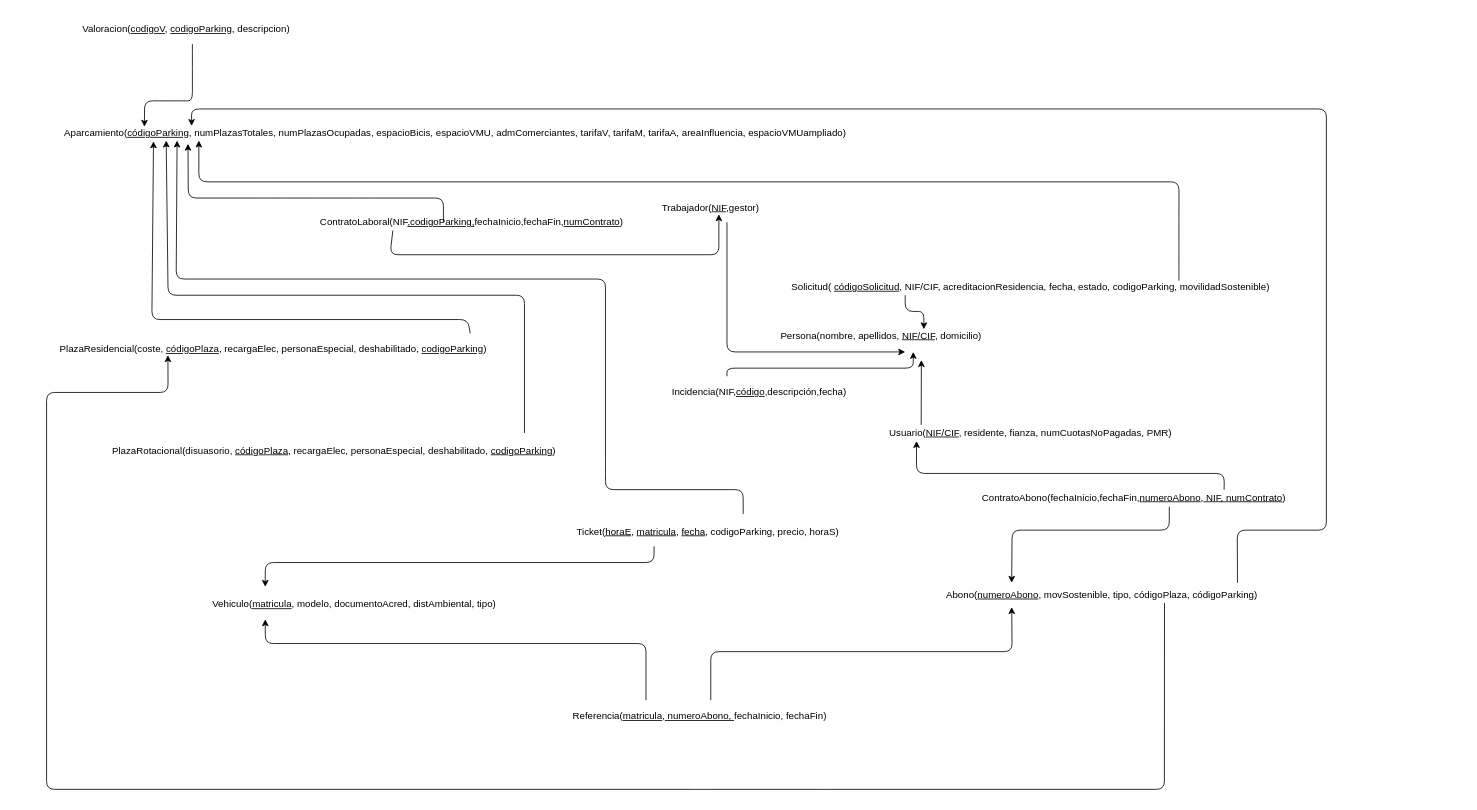
Before: diagrama_relacional.drawio in HylianPablo/ADBD, a draw.io diagram. Source tidied: cells renumbered, new cells numbered last; positions are measured from the earlier drawing's top-left corner, leaving out a move shared by most shapes. Both pictures are drawn from the tidied source at 81%, with x=0, y=0 at pixel (22, 19).
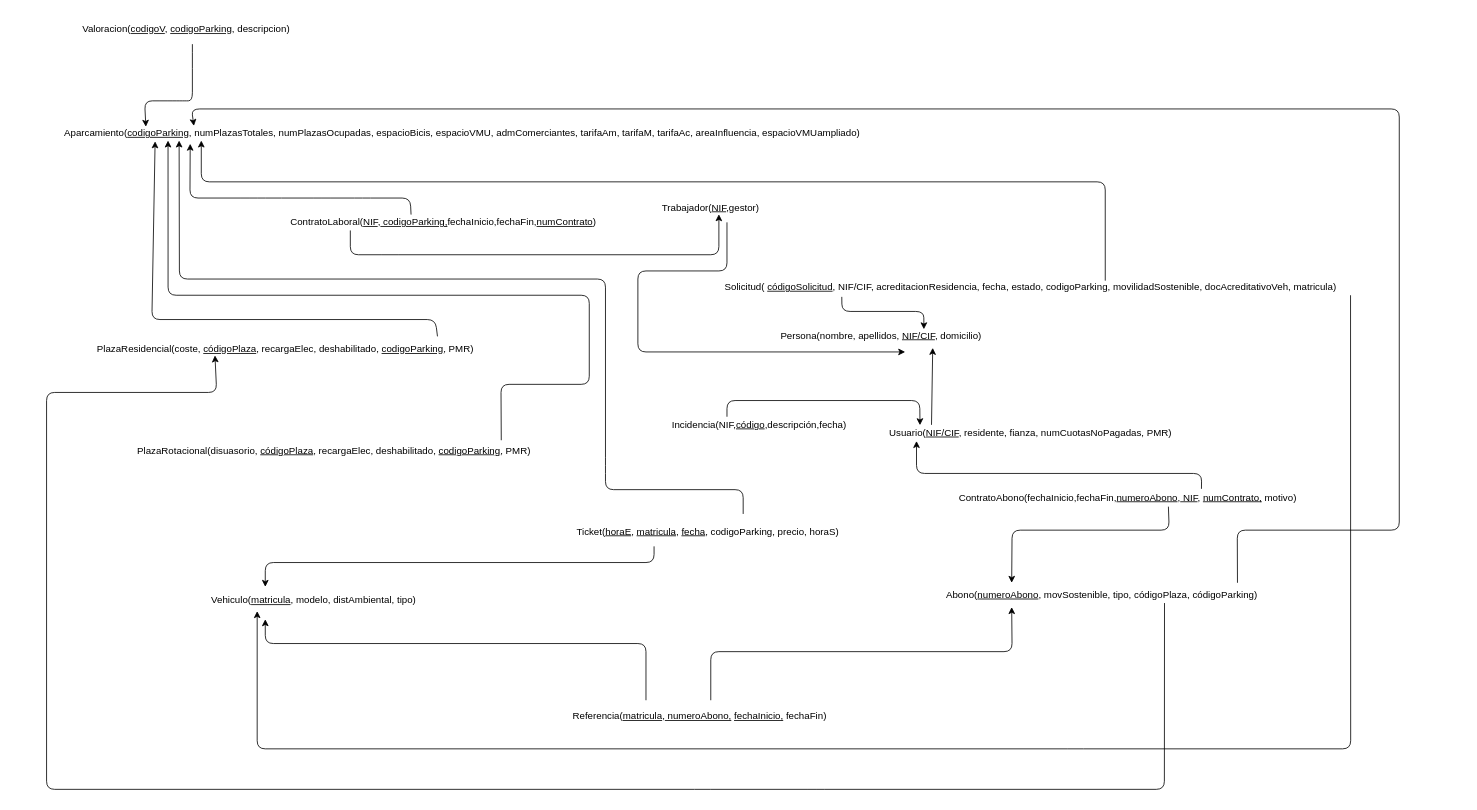
The same diagram, later.

Unchanged cells that the change refers to:
```xml
<mxCell id="4" value="&lt;div align=&quot;left&quot;&gt;&lt;span style=&quot;text-decoration: none&quot;&gt;Abono(&lt;/span&gt;&lt;u&gt;numeroAbono&lt;/u&gt;&lt;span style=&quot;text-decoration: none&quot;&gt;, movSostenible, tipo, códigoPlaza, códigoParking)&lt;/span&gt;&lt;/div&gt;" style="text;html=1;strokeColor=none;fillColor=none;align=center;verticalAlign=middle;whiteSpace=wrap;rounded=0;" parent="1" vertex="1">
  <mxGeometry x="1110" y="695" width="446" height="30" as="geometry" />
</mxCell>
<mxCell id="8" value="&lt;span style=&quot;text-decoration: none&quot;&gt;Usuario(&lt;/span&gt;&lt;span style=&quot;text-decoration: none&quot;&gt;&lt;u&gt;NIF/CIF&lt;/u&gt;, residente, fianza, numCuotasNoPagadas, PMR)&lt;/span&gt;" style="text;html=1;strokeColor=none;fillColor=none;align=center;verticalAlign=middle;whiteSpace=wrap;rounded=0;" parent="1" vertex="1">
  <mxGeometry x="1000" y="500" width="490" height="20" as="geometry" />
</mxCell>
<mxCell id="32" value="Persona(nombre, apellidos, &lt;u&gt;NIF/CIF&lt;/u&gt;, domicilio)" style="text;html=1;align=center;verticalAlign=middle;points=[];" parent="1" vertex="1">
  <mxGeometry x="910" y="380" width="300" height="20" as="geometry" />
</mxCell>
```

What changed in the source:
```diff
@@
-    <mxCell id="2" value="&lt;div&gt;Solicitud( &lt;u&gt;códigoSolicitud&lt;/u&gt;&lt;span style=&quot;text-decoration: none&quot;&gt;, NIF/CIF, acreditacionResidencia, fecha, estado, codigoParking, movilidadSostenible)&lt;/span&gt;&lt;/div&gt;" style="text;html=1;strokeColor=none;fillColor=none;align=center;verticalAlign=middle;whiteSpace=wrap;rounded=0;" parent="1" vertex="1">
+    <mxCell id="2" value="&lt;div&gt;Solicitud( &lt;u&gt;códigoSolicitud&lt;/u&gt;&lt;span style=&quot;text-decoration: none&quot;&gt;, NIF/CIF, acreditacionResidencia, fecha, estado, codigoParking, movilidadSostenible, docAcreditativoVeh, matricula)&lt;/span&gt;&lt;/div&gt;" style="text;html=1;strokeColor=none;fillColor=none;align=center;verticalAlign=middle;whiteSpace=wrap;rounded=0;" parent="1" vertex="1">
       <mxGeometry x="710" y="320" width="1070" height="20" as="geometry" />
     </mxCell>
-    <mxCell id="3" value="&lt;div align=&quot;left&quot;&gt;&lt;span style=&quot;text-decoration: none&quot;&gt;Aparcamiento(&lt;/span&gt;&lt;u&gt;códigoParking&lt;/u&gt;&lt;span style=&quot;text-decoration: none&quot;&gt;,&lt;/span&gt;&lt;span style=&quot;text-decoration: none&quot;&gt; numPlazasTotales, numPlazasOcupadas,&lt;/span&gt;&lt;span style=&quot;text-decoration: none&quot;&gt;&amp;nbsp;espacioBicis, espacioVMU, admComerciantes, tarifaV, tarifaM, tarifaA&lt;/span&gt;&lt;span style=&quot;text-decoration: none&quot;&gt;, areaInfluencia, espacioVMUampliado)&lt;/span&gt;&lt;/div&gt;" style="text;html=1;points=[];align=left;verticalAlign=top;spacingTop=-4;" parent="1" vertex="1">
-      <mxGeometry x="50" y="130" width="1120" height="20" as="geometry" />
+    <mxCell id="3" value="&lt;div align=&quot;left&quot;&gt;&lt;span style=&quot;text-decoration: none&quot;&gt;Aparcamiento(&lt;/span&gt;&lt;u&gt;codigoParking&lt;/u&gt;&lt;span style=&quot;text-decoration: none&quot;&gt;,&lt;/span&gt;&lt;span style=&quot;text-decoration: none&quot;&gt; numPlazasTotales, numPlazasOcupadas,&lt;/span&gt;&lt;span style=&quot;text-decoration: none&quot;&gt;&amp;nbsp;espacioBicis, espacioVMU, admComerciantes, tarifaAm, tarifaM, tarifaAc&lt;/span&gt;&lt;span style=&quot;text-decoration: none&quot;&gt;, areaInfluencia, espacioVMUampliado)&lt;/span&gt;&lt;/div&gt;" style="text;html=1;points=[];align=left;verticalAlign=top;spacingTop=-4;" parent="1" vertex="1">
+      <mxGeometry x="50" y="130" width="1140" height="20" as="geometry" />
     </mxCell>
@@
-    <mxCell id="5" value="&lt;span style=&quot;text-decoration: none&quot;&gt;ContratoAbono(fechaInicio,fechaFin,&lt;/span&gt;&lt;u&gt;numeroAbono&lt;/u&gt;&lt;span style=&quot;text-decoration: none&quot;&gt;,&lt;/span&gt;&lt;u&gt;&amp;nbsp;NIF, numContrato&lt;/u&gt;&lt;span style=&quot;text-decoration: none&quot;&gt;)&lt;/span&gt;" style="text;html=1;strokeColor=none;fillColor=none;align=center;verticalAlign=middle;whiteSpace=wrap;rounded=0;" parent="1" vertex="1">
-      <mxGeometry x="1150" y="580" width="445" height="20" as="geometry" />
+    <mxCell id="5" value="&lt;span style=&quot;text-decoration: none&quot;&gt;ContratoAbono(fechaInicio,fechaFin,&lt;/span&gt;&lt;u&gt;numeroAbono&lt;/u&gt;&lt;span style=&quot;text-decoration: none&quot;&gt;,&lt;/span&gt;&lt;u&gt;&amp;nbsp;NIF&lt;/u&gt;, &lt;u&gt;numContrato&lt;/u&gt;&lt;span style=&quot;text-decoration: none&quot;&gt;&lt;u&gt;,&lt;/u&gt; motivo)&lt;/span&gt;" style="text;html=1;strokeColor=none;fillColor=none;align=center;verticalAlign=middle;whiteSpace=wrap;rounded=0;" parent="1" vertex="1">
+      <mxGeometry x="1110" y="580" width="510" height="20" as="geometry" />
     </mxCell>
-    <mxCell id="6" value="&lt;p style=&quot;margin-bottom: 0cm ; line-height: 100%&quot; align=&quot;left&quot;&gt;&lt;span style=&quot;text-decoration: none&quot;&gt;PlazaResidencial(coste, &lt;/span&gt;&lt;u&gt;códigoPlaza&lt;/u&gt;&lt;span style=&quot;text-decoration: none&quot;&gt;, recargaElec, personaEspecial, deshabilitado, &lt;/span&gt;&lt;u&gt;codigoParking&lt;/u&gt;&lt;span style=&quot;text-decoration: none&quot;&gt;)&lt;/span&gt;&lt;/p&gt;" style="text;html=1;strokeColor=none;fillColor=none;align=center;verticalAlign=middle;whiteSpace=wrap;rounded=0;" parent="1" vertex="1">
-      <mxGeometry y="390" width="620" height="20" as="geometry" />
+    <mxCell id="6" value="&lt;p style=&quot;margin-bottom: 0cm ; line-height: 100%&quot; align=&quot;left&quot;&gt;&lt;span style=&quot;text-decoration: none&quot;&gt;PlazaResidencial(coste, &lt;/span&gt;&lt;u&gt;códigoPlaza&lt;/u&gt;&lt;span style=&quot;text-decoration: none&quot;&gt;, recargaElec, deshabilitado, &lt;/span&gt;&lt;u&gt;codigoParking&lt;/u&gt;&lt;span style=&quot;text-decoration: none&quot;&gt;, PMR)&lt;/span&gt;&lt;/p&gt;" style="text;html=1;strokeColor=none;fillColor=none;align=center;verticalAlign=middle;whiteSpace=wrap;rounded=0;" parent="1" vertex="1">
+      <mxGeometry x="-10" y="390" width="670" height="20" as="geometry" />
     </mxCell>
-    <mxCell id="7" value="&lt;p style=&quot;margin-bottom: 0cm ; line-height: 100%&quot;&gt;&lt;span style=&quot;text-decoration: none&quot;&gt;PlazaRotacional(disuasorio, &lt;/span&gt;&lt;u&gt;códigoPlaza&lt;/u&gt;&lt;span style=&quot;text-decoration: none&quot;&gt;, recargaElec, personaEspecial, deshabilitado, &lt;/span&gt;&lt;u&gt;codigoParking&lt;/u&gt;&lt;span style=&quot;text-decoration: none&quot;&gt;)&lt;/span&gt;&lt;/p&gt;" style="text;html=1;strokeColor=none;fillColor=none;align=center;verticalAlign=middle;whiteSpace=wrap;rounded=0;" parent="1" vertex="1">
+    <mxCell id="7" value="&lt;p style=&quot;margin-bottom: 0cm ; line-height: 100%&quot;&gt;&lt;span style=&quot;text-decoration: none&quot;&gt;PlazaRotacional(disuasorio, &lt;/span&gt;&lt;u&gt;códigoPlaza&lt;/u&gt;&lt;span style=&quot;text-decoration: none&quot;&gt;, recargaElec, deshabilitado, &lt;/span&gt;&lt;u&gt;codigoParking&lt;/u&gt;, PMR&lt;span style=&quot;text-decoration: none&quot;&gt;)&lt;/span&gt;&lt;/p&gt;" style="text;html=1;strokeColor=none;fillColor=none;align=center;verticalAlign=middle;whiteSpace=wrap;rounded=0;" parent="1" vertex="1">
       <mxGeometry x="50" y="520" width="670" height="10" as="geometry" />
     </mxCell>
@@
-    <mxCell id="12" value="&lt;p style=&quot;margin-bottom: 0cm ; line-height: 100%&quot;&gt;&lt;span style=&quot;text-decoration: none&quot;&gt;Vehiculo(&lt;/span&gt;&lt;u&gt;matricula&lt;/u&gt;&lt;span style=&quot;text-decoration: none&quot;&gt;, modelo, documentoAcred, distAmbiental, tipo&lt;/span&gt;&lt;span style=&quot;text-decoration: none&quot;&gt;)&lt;/span&gt;&lt;/p&gt;" style="text;html=1;strokeColor=none;fillColor=none;align=center;verticalAlign=middle;whiteSpace=wrap;rounded=0;" parent="1" vertex="1">
-      <mxGeometry x="200" y="710" width="420" height="10" as="geometry" />
+    <mxCell id="12" value="&lt;p style=&quot;margin-bottom: 0cm ; line-height: 100%&quot;&gt;&lt;span style=&quot;text-decoration: none&quot;&gt;Vehiculo(&lt;/span&gt;&lt;u&gt;matricula&lt;/u&gt;&lt;span style=&quot;text-decoration: none&quot;&gt;, modelo, distAmbiental, tipo&lt;/span&gt;&lt;span style=&quot;text-decoration: none&quot;&gt;)&lt;/span&gt;&lt;/p&gt;" style="text;html=1;strokeColor=none;fillColor=none;align=center;verticalAlign=middle;whiteSpace=wrap;rounded=0;" parent="1" vertex="1">
+      <mxGeometry x="150" y="705" width="420" height="10" as="geometry" />
     </mxCell>
-    <mxCell id="13" value="&lt;span style=&quot;text-decoration: none&quot;&gt;Referencia&lt;/span&gt;&lt;span style=&quot;text-decoration: none&quot;&gt;(&lt;/span&gt;&lt;u&gt;matricula&lt;/u&gt;&lt;span style=&quot;text-decoration: none&quot;&gt;,&lt;/span&gt;&lt;u&gt; numeroAbono, &lt;/u&gt;fechaInicio, fechaFin&lt;span style=&quot;text-decoration: none&quot;&gt;)&lt;/span&gt;" style="text;html=1;strokeColor=none;fillColor=none;align=center;verticalAlign=middle;whiteSpace=wrap;rounded=0;" parent="1" vertex="1">
+    <mxCell id="13" value="&lt;span style=&quot;text-decoration: none&quot;&gt;Referencia&lt;/span&gt;&lt;span style=&quot;text-decoration: none&quot;&gt;(&lt;/span&gt;&lt;u&gt;matricula&lt;/u&gt;&lt;span style=&quot;text-decoration: none&quot;&gt;,&lt;/span&gt;&lt;u&gt; numeroAbono,&lt;/u&gt; &lt;u&gt;fechaInicio,&lt;/u&gt; fechaFin&lt;span style=&quot;text-decoration: none&quot;&gt;)&lt;/span&gt;" style="text;html=1;strokeColor=none;fillColor=none;align=center;verticalAlign=middle;whiteSpace=wrap;rounded=0;" parent="1" vertex="1">
       <mxGeometry x="650" y="850" width="373" height="20" as="geometry" />
     </mxCell>
-    <mxCell id="14" style="endArrow=classic;html=1;entryX=0.138;entryY=1.15;entryDx=0;entryDy=0;entryPerimeter=0;exitX=0.41;exitY=0.5;exitDx=0;exitDy=0;exitPerimeter=0;" parent="1" edge="1" source="19" target="3">
+    <mxCell id="14" style="endArrow=classic;html=1;entryX=0.138;entryY=1.15;entryDx=0;entryDy=0;entryPerimeter=0;exitX=0.413;exitY=0.021;exitDx=0;exitDy=0;exitPerimeter=0;" parent="1" edge="1" source="19" target="3">
       <mxGeometry relative="1" as="geometry">
         <Array as="points">
-          <mxPoint x="520" y="220" />
+          <mxPoint x="479" y="220" />
           <mxPoint x="420" y="220" />
           <mxPoint x="370" y="220" />
           <mxPoint x="310" y="220" />
           <mxPoint x="280" y="220" />
-          <mxPoint x="205" y="220" />
+          <mxPoint x="207" y="220" />
         </Array>
       </mxGeometry>
     </mxCell>
@@
     <mxCell id="16" value="Incidencia(NIF,&lt;u&gt;código&lt;/u&gt;,descripción,fecha)" style="text;html=1;strokeColor=none;fillColor=none;align=center;verticalAlign=middle;whiteSpace=wrap;rounded=0;" parent="1" vertex="1">
-      <mxGeometry x="890" y="450" width="40" height="20" as="geometry" />
+      <mxGeometry x="890" y="490" width="40" height="20" as="geometry" />
     </mxCell>
-    <mxCell id="17" style="endArrow=classic;html=1;exitX=0.75;exitY=0;exitDx=0;exitDy=0;" parent="1" edge="1" source="5">
+    <mxCell id="17" style="endArrow=classic;html=1;exitX=0.678;exitY=-0.05;exitDx=0;exitDy=0;exitPerimeter=0;" parent="1" edge="1" source="5">
       <mxGeometry relative="1" as="geometry">
         <mxPoint x="1104" y="520" as="targetPoint" />
         <Array as="points">
-          <mxPoint x="1484" y="560" />
+          <mxPoint x="1456" y="560" />
           <mxPoint x="1104" y="560" />
         </Array>
       </mxGeometry>
     </mxCell>
     <mxCell id="18" style="endArrow=classic;html=1;exitX=0.25;exitY=1;exitDx=0;exitDy=0;" parent="1" edge="1" source="19">
       <mxGeometry relative="1" as="geometry">
         <mxPoint x="860" y="240" as="targetPoint" />
         <Array as="points">
+          <mxPoint x="405" y="290" />
           <mxPoint x="454" y="290" />
           <mxPoint x="860" y="290" />
         </Array>
       </mxGeometry>
     </mxCell>
-    <mxCell id="19" value="ContratoLaboral(NIF&lt;u&gt;,codigoParking,&lt;/u&gt;fechaInicio,fechaFin,&lt;u&gt;numContrato&lt;/u&gt;)" style="text;html=1;strokeColor=none;fillColor=none;align=center;verticalAlign=middle;whiteSpace=wrap;rounded=0;" parent="1" vertex="1">
-      <mxGeometry x="360" y="240" width="390" height="20" as="geometry" />
+    <mxCell id="19" value="ContratoLaboral(&lt;u&gt;NIF&lt;/u&gt;,&lt;u&gt; codigoParking,&lt;/u&gt;fechaInicio,fechaFin,&lt;u&gt;numContrato&lt;/u&gt;)" style="text;html=1;strokeColor=none;fillColor=none;align=center;verticalAlign=middle;whiteSpace=wrap;rounded=0;" parent="1" vertex="1">
+      <mxGeometry x="290" y="240" width="460" height="20" as="geometry" />
     </mxCell>
-    <mxCell id="20" style="endArrow=classic;html=1;exitX=0.671;exitY=0.1;exitDx=0;exitDy=0;exitPerimeter=0;entryX=0.15;entryY=0.95;entryDx=0;entryDy=0;entryPerimeter=0;" parent="1" edge="1" source="2" target="3">
+    <mxCell id="20" style="endArrow=classic;html=1;exitX=0.586;exitY=0.1;exitDx=0;exitDy=0;exitPerimeter=0;entryX=0.15;entryY=0.95;entryDx=0;entryDy=0;entryPerimeter=0;" parent="1" edge="1" source="2" target="3">
       <mxGeometry relative="1" as="geometry">
         <Array as="points">
-          <mxPoint x="1428" y="200" />
-          <mxPoint x="218" y="200" />
+          <mxPoint x="1337" y="200" />
+          <mxPoint x="221" y="200" />
         </Array>
       </mxGeometry>
     </mxCell>
-    <mxCell id="21" style="endArrow=classic;html=1;exitX=0.892;exitY=-0.149;exitDx=0;exitDy=0;exitPerimeter=0;entryX=0.1;entryY=1;entryDx=0;entryDy=0;entryPerimeter=0;" parent="1" edge="1" source="6" target="3">
+    <mxCell id="21" style="endArrow=classic;html=1;exitX=0.78;exitY=0.038;exitDx=0;exitDy=0;exitPerimeter=0;entryX=0.1;entryY=1;entryDx=0;entryDy=0;entryPerimeter=0;" parent="1" edge="1" source="6" target="3">
       <mxGeometry relative="1" as="geometry">
         <Array as="points">
-          <mxPoint x="550" y="370" />
+          <mxPoint x="510" y="370" />
           <mxPoint x="160" y="370" />
         </Array>
       </mxGeometry>
     </mxCell>
-    <mxCell id="22" style="endArrow=classic;html=1;entryX=0.114;entryY=0.95;entryDx=0;entryDy=0;entryPerimeter=0;" parent="1" edge="1" target="3">
+    <mxCell id="22" style="endArrow=classic;html=1;entryX=0.114;entryY=0.95;entryDx=0;entryDy=0;entryPerimeter=0;exitX=0.808;exitY=-0.1;exitDx=0;exitDy=0;exitPerimeter=0;" parent="1" edge="1" source="7" target="3">
       <mxGeometry relative="1" as="geometry">
-        <mxPoint x="620" y="510" as="sourcePoint" />
         <Array as="points">
-          <mxPoint x="620" y="340" />
+          <mxPoint x="591" y="450" />
+          <mxPoint x="700" y="450" />
+          <mxPoint x="700" y="340" />
           <mxPoint x="180" y="340" />
         </Array>
       </mxGeometry>
     </mxCell>
@@
-    <mxCell id="27" style="endArrow=classic;html=1;" parent="1" edge="1">
+    <mxCell id="27" style="endArrow=classic;html=1;entryX=0.221;entryY=0.021;entryDx=0;entryDy=0;entryPerimeter=0;" parent="1" edge="1" target="8">
       <mxGeometry relative="1" as="geometry">
-        <mxPoint x="870" y="440" as="sourcePoint" />
-        <mxPoint x="1100" y="410" as="targetPoint" />
+        <mxPoint x="870" y="490" as="sourcePoint" />
         <Array as="points">
-          <mxPoint x="870" y="430" />
-          <mxPoint x="1100" y="430" />
+          <mxPoint x="870" y="470" />
+          <mxPoint x="1108" y="470" />
         </Array>
       </mxGeometry>
     </mxCell>
-    <mxCell id="28" style="endArrow=classic;html=1;entryX=0.677;entryY=0.1;entryDx=0;entryDy=0;entryPerimeter=0;" parent="1" edge="1" target="32">
+    <mxCell id="28" style="endArrow=classic;html=1;entryX=0.677;entryY=0.1;entryDx=0;entryDy=0;entryPerimeter=0;exitX=0.282;exitY=1.1;exitDx=0;exitDy=0;exitPerimeter=0;" parent="1" edge="1" source="2" target="32">
       <mxGeometry relative="1" as="geometry">
-        <mxPoint x="1090" y="340" as="sourcePoint" />
         <Array as="points">
-          <mxPoint x="1090" y="360" />
+          <mxPoint x="1012" y="360" />
           <mxPoint x="1113" y="360" />
         </Array>
       </mxGeometry>
     </mxCell>
     <mxCell id="29" style="endArrow=classic;html=1;entryX=0.126;entryY=0.95;entryDx=0;entryDy=0;entryPerimeter=0;" parent="1" edge="1" target="3">
       <mxGeometry relative="1" as="geometry">
         <mxPoint x="890" y="610" as="sourcePoint" />
         <Array as="points">
           <mxPoint x="890" y="580" />
           <mxPoint x="720" y="580" />
           <mxPoint x="720" y="550" />
           <mxPoint x="720" y="320" />
-          <mxPoint x="190" y="320" />
+          <mxPoint x="194" y="320" />
         </Array>
       </mxGeometry>
     </mxCell>
-    <mxCell id="30" style="endArrow=classic;html=1;exitX=0.673;exitY=0.833;exitDx=0;exitDy=0;exitPerimeter=0;entryX=0.29;entryY=1.2;entryDx=0;entryDy=0;entryPerimeter=0;" parent="1" edge="1" source="4" target="6">
+    <mxCell id="30" style="endArrow=classic;html=1;exitX=0.673;exitY=0.833;exitDx=0;exitDy=0;exitPerimeter=0;entryX=0.37;entryY=1.215;entryDx=0;entryDy=0;entryPerimeter=0;" parent="1" edge="1" source="4" target="6">
       <mxGeometry relative="1" as="geometry">
         <Array as="points">
           <mxPoint x="1410" y="950" />
           <mxPoint x="980" y="950" />
           <mxPoint x="840" y="950" />
           <mxPoint x="30" y="950" />
           <mxPoint x="30" y="460" />
-          <mxPoint x="180" y="460" />
+          <mxPoint x="240" y="460" />
         </Array>
       </mxGeometry>
     </mxCell>
     <mxCell id="31" style="endArrow=classic;html=1;exitX=0.875;exitY=0;exitDx=0;exitDy=0;exitPerimeter=0;entryX=0.142;entryY=0.05;entryDx=0;entryDy=0;entryPerimeter=0;" parent="1" edge="1" source="4" target="3">
       <mxGeometry relative="1" as="geometry">
         <Array as="points">
           <mxPoint x="1500" y="630" />
-          <mxPoint x="1610" y="630" />
-          <mxPoint x="1610" y="110" />
+          <mxPoint x="1700" y="630" />
+          <mxPoint x="1700" y="110" />
           <mxPoint x="209" y="110" />
         </Array>
       </mxGeometry>
     </mxCell>
@@
     <mxCell id="33" style="endArrow=classic;html=1;" parent="1" edge="1">
       <mxGeometry relative="1" as="geometry">
         <mxPoint x="870" y="250" as="sourcePoint" />
         <mxPoint x="1090" y="410" as="targetPoint" />
         <Array as="points">
-          <mxPoint x="870" y="410" />
+          <mxPoint x="870" y="310" />
+          <mxPoint x="760" y="310" />
+          <mxPoint x="760" y="410" />
         </Array>
       </mxGeometry>
     </mxCell>
-    <mxCell id="34" style="endArrow=classic;html=1;exitX=0.224;exitY=0;exitDx=0;exitDy=0;exitPerimeter=0;" parent="1" edge="1" source="8">
+    <mxCell id="34" style="endArrow=classic;html=1;exitX=0.25;exitY=0;exitDx=0;exitDy=0;" parent="1" edge="1" source="8">
       <mxGeometry relative="1" as="geometry">
-        <mxPoint x="1110" y="420" as="targetPoint" />
+        <mxPoint x="1124" y="405" as="targetPoint" />
       </mxGeometry>
     </mxCell>
+    <mxCell id="35" style="endArrow=classic;html=1;exitX=0.869;exitY=1;exitDx=0;exitDy=0;exitPerimeter=0;" parent="1" edge="1" source="2">
+      <mxGeometry relative="1" as="geometry">
+        <mxPoint x="290" y="730" as="targetPoint" />
+        <Array as="points">
+          <mxPoint x="1640" y="900" />
+          <mxPoint x="1300" y="900" />
+          <mxPoint x="290" y="900" />
+        </Array>
+      </mxGeometry>
+    </mxCell>
```
